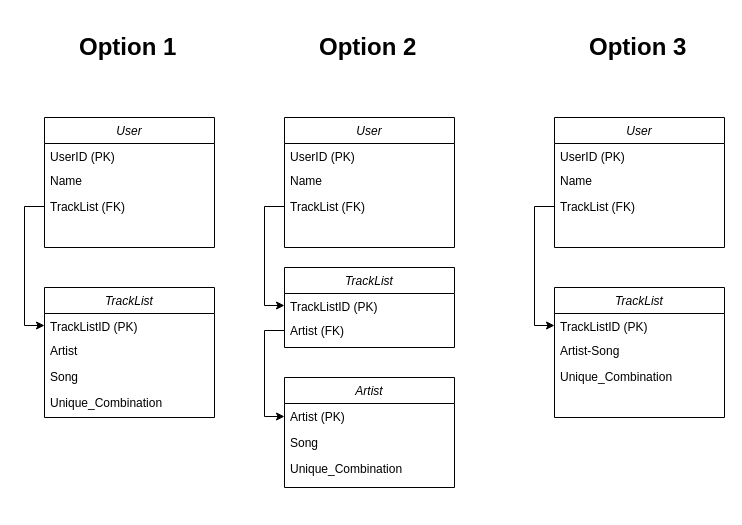
Earlier version of the draw.io diagram TrackListDiagram.drawio (C0baltt/Course_project). Source tidied: cells renumbered, new cells numbered last; positions are measured from the earlier drawing's top-left corner, leaving out a move shared by most shapes. Both pictures are drawn from the tidied source at 100%, with x=0, y=0 at pixel (44, 27).
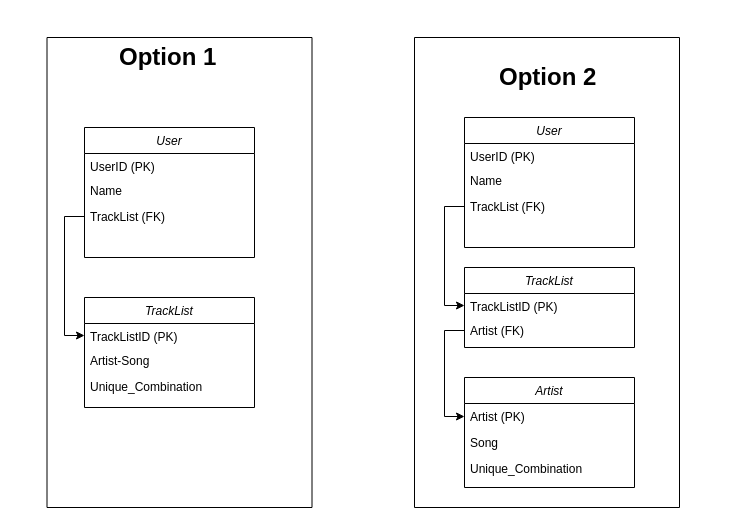
The same diagram, later.

Commit message:
Changed database diagram

The edit, as a diff of the source:
```diff
@@
     <mxCell id="2" value="User" style="swimlane;fontStyle=2;align=center;verticalAlign=top;horizontal=1;startSize=26;rounded=0;shadow=0;strokeWidth=1;" parent="1" vertex="1">
-      <mxGeometry y="90" width="170" height="130" as="geometry" />
+      <mxGeometry x="40" y="100" width="170" height="130" as="geometry" />
     </mxCell>
@@
     <mxCell id="6" value="TrackList" style="swimlane;fontStyle=2;align=center;verticalAlign=top;horizontal=1;startSize=26;rounded=0;shadow=0;strokeWidth=1;" parent="1" vertex="1">
-      <mxGeometry y="260" width="170" height="130" as="geometry" />
+      <mxGeometry x="40" y="270" width="170" height="110" as="geometry" />
     </mxCell>
@@
-    <mxCell id="8" value="Artist" style="text;align=left;verticalAlign=top;spacingLeft=4;spacingRight=4;overflow=hidden;" parent="6" vertex="1">
-      <mxGeometry y="50" width="170" height="26" as="geometry" />
-    </mxCell>
-    <mxCell id="9" value="Song" style="text;align=left;verticalAlign=top;spacingLeft=4;spacingRight=4;overflow=hidden;rounded=0;shadow=0;html=0;" parent="6" vertex="1">
-      <mxGeometry y="76" width="170" height="26" as="geometry" />
-    </mxCell>
+    <mxCell id="33" value="Artist-Song" style="text;align=left;verticalAlign=top;spacingLeft=4;spacingRight=4;overflow=hidden;" parent="6" vertex="1">
+      <mxGeometry y="50" width="170" height="26" as="geometry" />
+    </mxCell>
     <mxCell id="10" value="Unique_Combination" style="text;align=left;verticalAlign=top;spacingLeft=4;spacingRight=4;overflow=hidden;" parent="6" vertex="1">
-      <mxGeometry y="102" width="170" height="26" as="geometry" />
+      <mxGeometry y="76" width="170" height="26" as="geometry" />
     </mxCell>
@@
     <mxCell id="12" value="User" style="swimlane;fontStyle=2;align=center;verticalAlign=top;horizontal=1;startSize=26;rounded=0;shadow=0;strokeWidth=1;" parent="1" vertex="1">
-      <mxGeometry x="240" y="90" width="170" height="130" as="geometry" />
+      <mxGeometry x="420" y="90" width="170" height="130" as="geometry" />
     </mxCell>
@@
     <mxCell id="16" value="TrackList" style="swimlane;fontStyle=2;align=center;verticalAlign=top;horizontal=1;startSize=26;rounded=0;shadow=0;strokeWidth=1;" parent="1" vertex="1">
-      <mxGeometry x="240" y="240" width="170" height="80" as="geometry" />
+      <mxGeometry x="420" y="240" width="170" height="80" as="geometry" />
     </mxCell>
@@
     <mxCell id="20" value="Artist" style="swimlane;fontStyle=2;align=center;verticalAlign=top;horizontal=1;startSize=26;rounded=0;shadow=0;strokeWidth=1;" parent="1" vertex="1">
-      <mxGeometry x="240" y="350" width="170" height="110" as="geometry" />
+      <mxGeometry x="420" y="350" width="170" height="110" as="geometry" />
     </mxCell>
@@
     <mxCell id="25" value="&lt;h1&gt;Option 1&lt;/h1&gt;" style="text;html=1;strokeColor=none;fillColor=none;spacing=5;spacingTop=-20;whiteSpace=wrap;overflow=hidden;rounded=0;" parent="1" vertex="1">
-      <mxGeometry x="30" width="110" height="40" as="geometry" />
+      <mxGeometry x="70" y="10" width="110" height="40" as="geometry" />
     </mxCell>
+    <mxCell id="37" style="swimlane;startSize=0;" parent="1" vertex="1">
+      <mxGeometry x="370" y="10" width="265" height="470" as="geometry" />
+    </mxCell>
-    <mxCell id="26" value="&lt;h1&gt;Option 2&lt;/h1&gt;" style="text;html=1;strokeColor=none;fillColor=none;spacing=5;spacingTop=-20;whiteSpace=wrap;overflow=hidden;rounded=0;" parent="1" vertex="1">
-      <mxGeometry x="270" width="110" height="40" as="geometry" />
+    <mxCell id="26" value="&lt;h1&gt;Option 2&lt;/h1&gt;" style="text;html=1;strokeColor=none;fillColor=none;spacing=5;spacingTop=-20;whiteSpace=wrap;overflow=hidden;rounded=0;" parent="37" vertex="1">
+      <mxGeometry x="80" y="20" width="110" height="40" as="geometry" />
     </mxCell>
-    <mxCell id="27" value="User" style="swimlane;fontStyle=2;align=center;verticalAlign=top;horizontal=1;startSize=26;rounded=0;shadow=0;strokeWidth=1;" parent="1" vertex="1">
-      <mxGeometry x="510" y="90" width="170" height="130" as="geometry" />
-    </mxCell>
-    <mxCell id="28" value="UserID (PK)" style="text;align=left;verticalAlign=top;spacingLeft=4;spacingRight=4;overflow=hidden;" parent="27" vertex="1">
-      <mxGeometry y="26" width="170" height="24" as="geometry" />
-    </mxCell>
-    <mxCell id="29" value="Name" style="text;align=left;verticalAlign=top;spacingLeft=4;spacingRight=4;overflow=hidden;" parent="27" vertex="1">
-      <mxGeometry y="50" width="170" height="26" as="geometry" />
-    </mxCell>
-    <mxCell id="30" value="TrackList (FK)" style="text;align=left;verticalAlign=top;spacingLeft=4;spacingRight=4;overflow=hidden;points=[[0,0.5],[1,0.5]];portConstraint=eastwest;rounded=0;shadow=0;html=0;" parent="27" vertex="1">
-      <mxGeometry y="76" width="170" height="26" as="geometry" />
-    </mxCell>
-    <mxCell id="31" value="TrackList" style="swimlane;fontStyle=2;align=center;verticalAlign=top;horizontal=1;startSize=26;rounded=0;shadow=0;strokeWidth=1;" parent="1" vertex="1">
-      <mxGeometry x="510" y="260" width="170" height="130" as="geometry" />
-    </mxCell>
-    <mxCell id="32" value="TrackListID (PK)" style="text;align=left;verticalAlign=top;spacingLeft=4;spacingRight=4;overflow=hidden;points=[[0,0.5],[1,0.5]];portConstraint=eastwest;" parent="31" vertex="1">
-      <mxGeometry y="26" width="170" height="24" as="geometry" />
-    </mxCell>
-    <mxCell id="33" value="Artist-Song" style="text;align=left;verticalAlign=top;spacingLeft=4;spacingRight=4;overflow=hidden;" parent="31" vertex="1">
-      <mxGeometry y="50" width="170" height="26" as="geometry" />
-    </mxCell>
-    <mxCell id="34" value="Unique_Combination" style="text;align=left;verticalAlign=top;spacingLeft=4;spacingRight=4;overflow=hidden;" parent="31" vertex="1">
-      <mxGeometry y="76" width="170" height="26" as="geometry" />
-    </mxCell>
-    <mxCell id="35" style="edgeStyle=orthogonalEdgeStyle;rounded=0;jettySize=auto;html=1;exitX=0;exitY=0.5;exitDx=0;exitDy=0;entryX=0;entryY=0.5;entryDx=0;entryDy=0;" parent="1" edge="1" source="30" target="32">
-      <mxGeometry relative="1" as="geometry" />
-    </mxCell>
-    <mxCell id="36" value="&lt;h1&gt;Option 3&lt;/h1&gt;" style="text;html=1;strokeColor=none;fillColor=none;spacing=5;spacingTop=-20;whiteSpace=wrap;overflow=hidden;rounded=0;" parent="1" vertex="1">
-      <mxGeometry x="540" width="110" height="40" as="geometry" />
-    </mxCell>
+    <mxCell id="38" style="swimlane;startSize=0;" parent="1" vertex="1">
+      <mxGeometry x="2.5" y="10" width="265" height="470" as="geometry" />
+    </mxCell>
```
